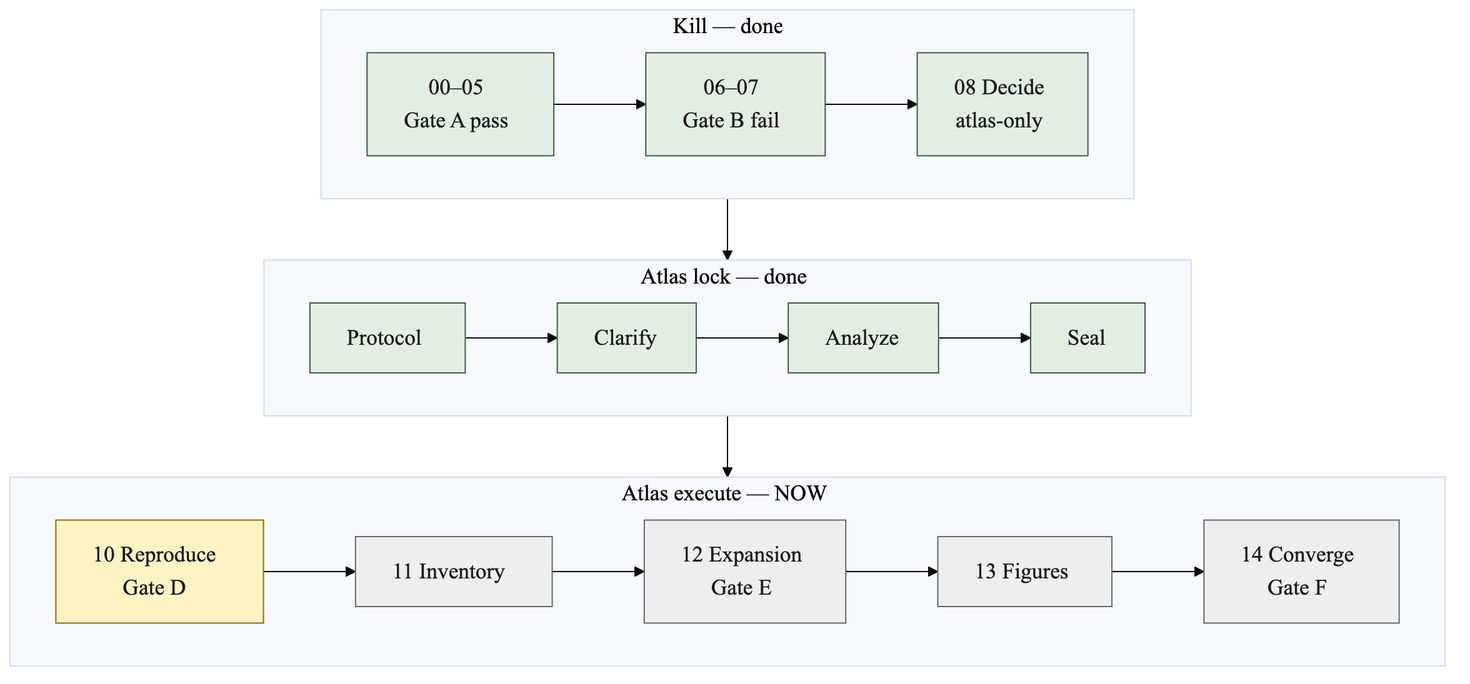
The Mermaid diagram docs/diagrams/scendo-units.png in cauld/scendo, before a commit. Its source is kept beside it as docs/diagrams/scendo-units.mmd.
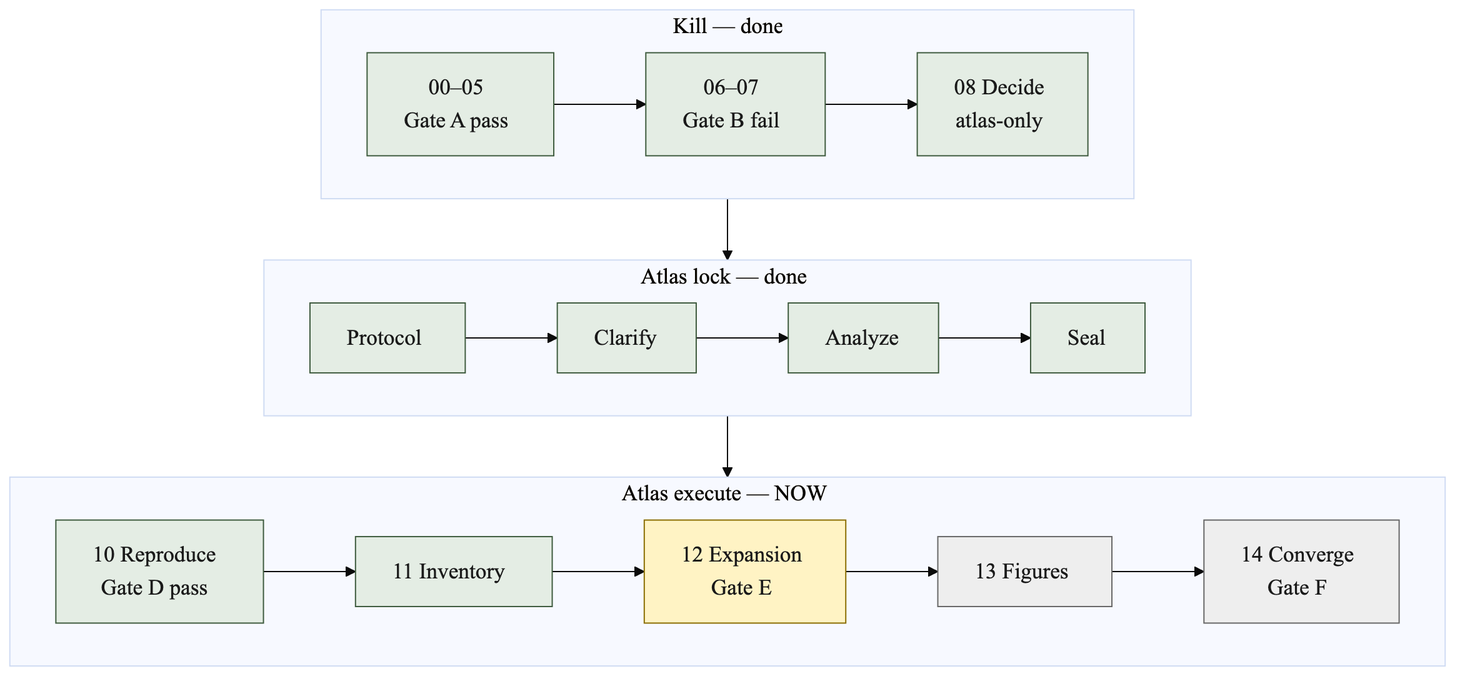
After the commit.

What changed in the source:
```diff
@@ -15,7 +15,7 @@
 
   subgraph run["Atlas execute — NOW"]
     direction LR
-    U10["10 Reproduce<br/>Gate D"] --> U11["11 Inventory"]
+    U10["10 Reproduce<br/>Gate D pass"] --> U11["11 Inventory"]
     U11 --> U12["12 Expansion<br/>Gate E"]
     U12 --> U13["13 Figures"]
     U13 --> U14["14 Converge<br/>Gate F"]
@@ -27,6 +27,6 @@
   classDef done fill:#E4EDE4,stroke:#3D5A3D,color:#1A1A1A
   classDef now fill:#FFF3C4,stroke:#8A6D00,color:#1A1A1A
   classDef later fill:#EEEEEE,stroke:#666666,color:#1A1A1A
-  class U00,U06,U08,PR,CL,AN,SE done
-  class U10 now
-  class U11,U12,U13,U14 later
+  class U00,U06,U08,PR,CL,AN,SE,U10,U11 done
+  class U12 now
+  class U13,U14 later
```
